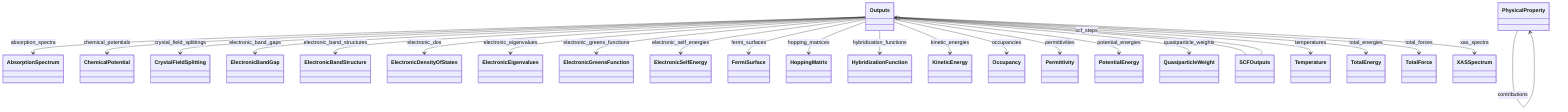
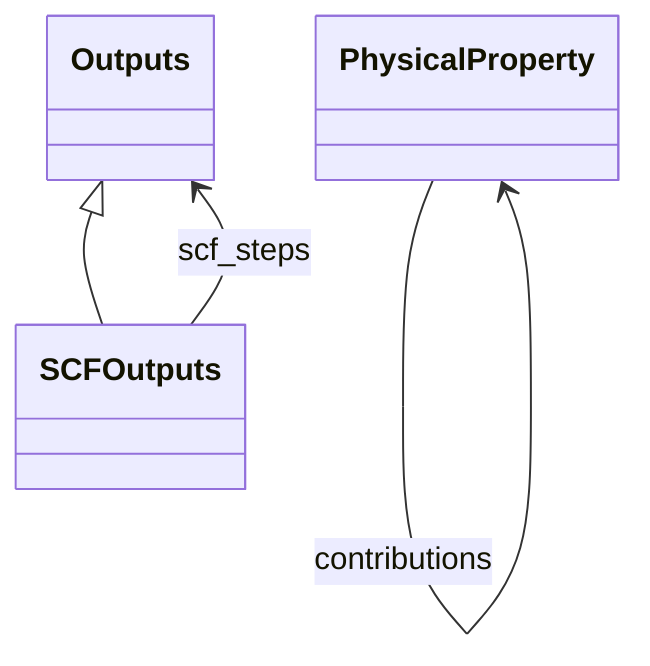
classDiagram
-     class AbsorptionSpectrum
-     class ChemicalPotential
-     class CrystalFieldSplitting
-     class ElectronicBandGap
-     class ElectronicBandStructure
-     class ElectronicDensityOfStates
-     class ElectronicEigenvalues
-     class ElectronicGreensFunction
-     class ElectronicSelfEnergy
-     class FermiSurface
-     class HoppingMatrix
-     class HybridizationFunction
-     class KineticEnergy
-     class Occupancy
    class Outputs
-     class Permittivity
    class PhysicalProperty
-     class PotentialEnergy
-     class QuasiparticleWeight
    class SCFOutputs
-     class Temperature
-     class TotalEnergy
-     class TotalForce
-     class XASSpectrum
    Outputs <|-- SCFOutputs
-     Outputs --> AbsorptionSpectrum : absorption_spectra
-     Outputs --> ChemicalPotential : chemical_potentials
-     Outputs --> CrystalFieldSplitting : crystal_field_splittings
-     Outputs --> ElectronicBandGap : electronic_band_gaps
-     Outputs --> ElectronicBandStructure : electronic_band_structures
-     Outputs --> ElectronicDensityOfStates : electronic_dos
-     Outputs --> ElectronicEigenvalues : electronic_eigenvalues
-     Outputs --> ElectronicGreensFunction : electronic_greens_functions
-     Outputs --> ElectronicSelfEnergy : electronic_self_energies
-     Outputs --> FermiSurface : fermi_surfaces
-     Outputs --> HoppingMatrix : hopping_matrices
-     Outputs --> HybridizationFunction : hybridization_functions
-     Outputs --> KineticEnergy : kinetic_energies
-     Outputs --> Occupancy : occupancies
-     Outputs --> Permittivity : permittivities
-     Outputs --> PotentialEnergy : potential_energies
-     Outputs --> QuasiparticleWeight : quasiparticle_weights
-     Outputs --> Temperature : temperatures
-     Outputs --> TotalEnergy : total_energies
-     Outputs --> TotalForce : total_forces
-     Outputs --> XASSpectrum : xas_spectra
    PhysicalProperty --> PhysicalProperty : contributions
    SCFOutputs --> Outputs : scf_steps
